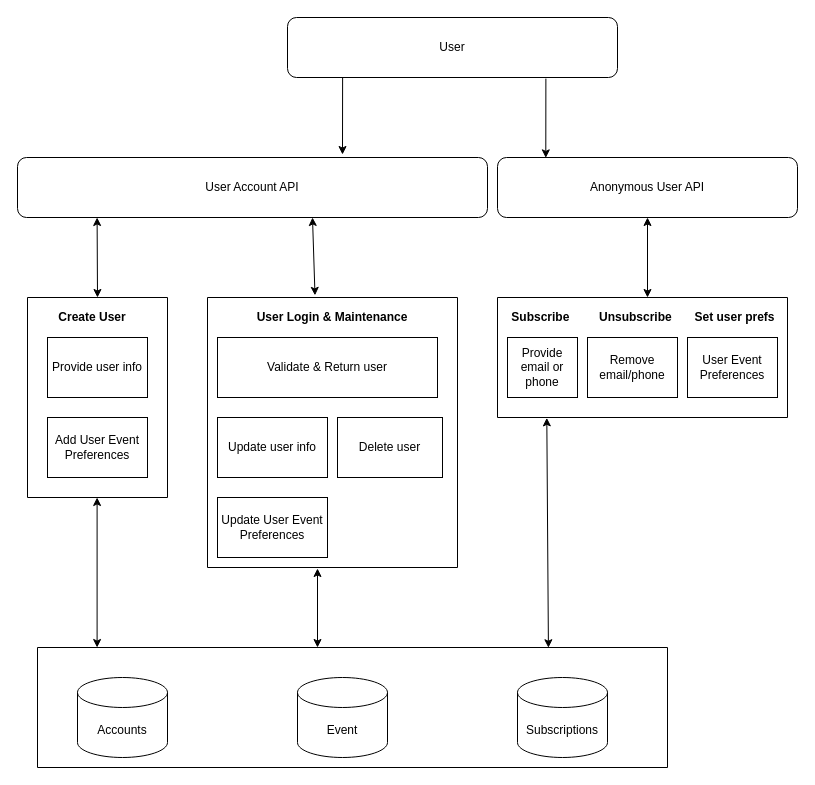
The draw.io diagram page "Page-1" (1 of 2) of Stage 2/Week 2/Event service.drawio in jrisseeu/Coding-Academy, before the edit. Source tidied: cells renumbered, new cells numbered last; positions are measured from the earlier drawing's top-left corner, leaving out a move shared by most shapes. Both pictures are drawn from the tidied source at 100%, with x=0, y=0 at pixel (17, 17).
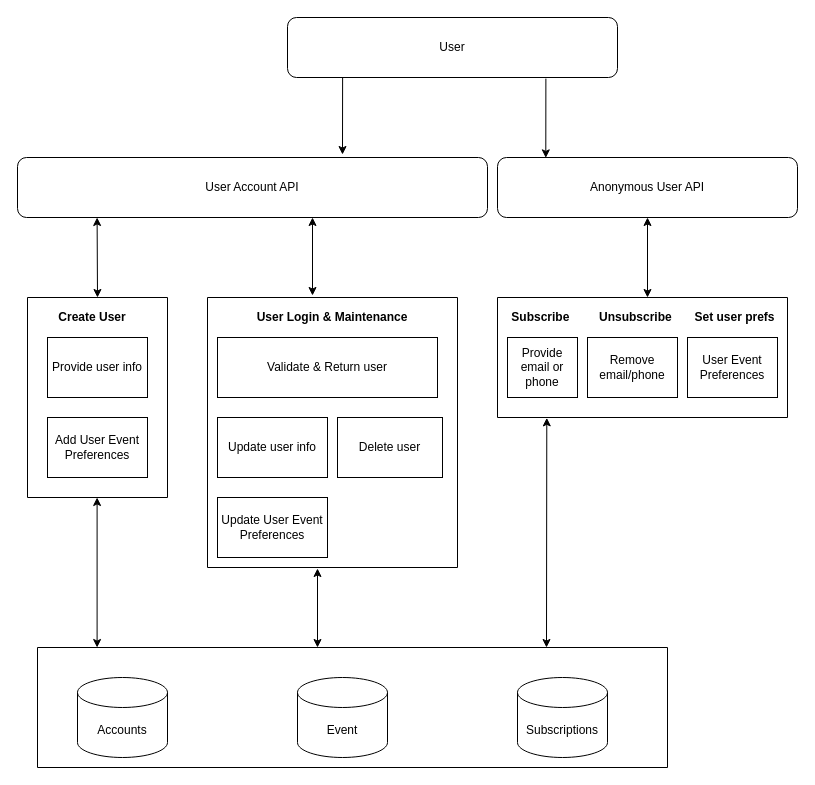
The same page after the edit.

The change refers to these unchanged cells:
```xml
<mxCell id="12" style="swimlane;startSize=0;" parent="1" vertex="1">
  <mxGeometry x="480" y="280" width="290" height="120" as="geometry" />
</mxCell>
<mxCell id="19" style="swimlane;startSize=0;" parent="1" vertex="1">
  <mxGeometry x="20" y="630" width="630" height="120" as="geometry" />
</mxCell>
<mxCell id="29" style="swimlane;startSize=0;" parent="1" vertex="1">
  <mxGeometry x="190" y="280" width="250" height="270" as="geometry" />
</mxCell>
```

What changed in the source:
```diff
@@
-    <mxCell id="31" style="endArrow=classic;startArrow=classic;html=1;exitX=0.43;exitY=-0.008;exitDx=0;exitDy=0;exitPerimeter=0;" parent="1" edge="1" source="29">
+    <mxCell id="31" style="endArrow=classic;startArrow=classic;html=1;" parent="1" edge="1">
       <mxGeometry relative="1" as="geometry">
+        <mxPoint x="295" y="278" as="sourcePoint" />
         <mxPoint x="295" y="200" as="targetPoint" />
       </mxGeometry>
     </mxCell>
@@
-    <mxCell id="33" style="endArrow=classic;startArrow=classic;html=1;entryX=0.17;entryY=1.003;entryDx=0;entryDy=0;entryPerimeter=0;exitX=0.811;exitY=0.002;exitDx=0;exitDy=0;exitPerimeter=0;" parent="1" edge="1" source="19" target="12">
-      <mxGeometry relative="1" as="geometry" />
+    <mxCell id="33" style="endArrow=classic;startArrow=classic;html=1;entryX=0.17;entryY=1.003;entryDx=0;entryDy=0;entryPerimeter=0;" parent="1" edge="1" target="12">
+      <mxGeometry relative="1" as="geometry">
+        <mxPoint x="529" y="630" as="sourcePoint" />
+      </mxGeometry>
     </mxCell>
```
